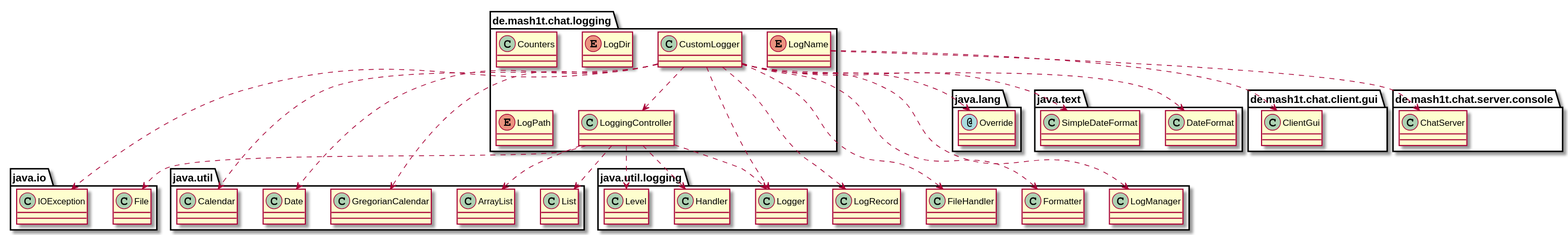
Before: Diagrams/UML/Class Diagrams/logging/logging.svg, a diagram exported from PlantUML (MaSHOLution/tcpchat). Its source is kept beside it as Diagrams/UML/Class Diagrams/logging/logging.puml. Its diagram source:
```plantuml
@startuml
annotation java.lang.Override
class de.mash1t.chat.client.gui.ClientGui
class de.mash1t.chat.logging.Counters
class de.mash1t.chat.logging.CustomLogger
class de.mash1t.chat.logging.LoggingController
class de.mash1t.chat.server.console.ChatServer
class java.io.File
class java.io.IOException
class java.text.DateFormat
class java.text.SimpleDateFormat
class java.util.ArrayList
class java.util.Calendar
class java.util.Date
class java.util.GregorianCalendar
class java.util.List
class java.util.logging.FileHandler
class java.util.logging.Formatter
class java.util.logging.Handler
class java.util.logging.Level
class java.util.logging.LogManager
class java.util.logging.LogRecord
class java.util.logging.Logger
enum de.mash1t.chat.logging.LogDir
enum de.mash1t.chat.logging.LogName
enum de.mash1t.chat.logging.LogPath
de.mash1t.chat.logging.CustomLogger ..> java.lang.Override
de.mash1t.chat.logging.CustomLogger ..> de.mash1t.chat.logging.LoggingController
de.mash1t.chat.logging.CustomLogger ..> java.io.IOException
de.mash1t.chat.logging.CustomLogger ..> java.text.DateFormat
de.mash1t.chat.logging.CustomLogger ..> java.text.SimpleDateFormat
de.mash1t.chat.logging.CustomLogger ..> java.util.Calendar
de.mash1t.chat.logging.CustomLogger ..> java.util.Date
de.mash1t.chat.logging.CustomLogger ..> java.util.GregorianCalendar
de.mash1t.chat.logging.CustomLogger ..> java.util.logging.FileHandler
de.mash1t.chat.logging.CustomLogger ..> java.util.logging.Formatter
de.mash1t.chat.logging.CustomLogger ..> java.util.logging.LogManager
de.mash1t.chat.logging.CustomLogger ..> java.util.logging.LogRecord
de.mash1t.chat.logging.CustomLogger ..> java.util.logging.Logger
de.mash1t.chat.logging.LoggingController ..> java.io.File
de.mash1t.chat.logging.LoggingController ..> java.util.ArrayList
de.mash1t.chat.logging.LoggingController ..> java.util.List
de.mash1t.chat.logging.LoggingController ..> java.util.logging.Handler
de.mash1t.chat.logging.LoggingController ..> java.util.logging.Level
de.mash1t.chat.logging.LoggingController ..> java.util.logging.Logger
de.mash1t.chat.logging.LogName ..> de.mash1t.chat.client.gui.ClientGui
de.mash1t.chat.logging.LogName ..> de.mash1t.chat.server.console.ChatServer
@enduml
```
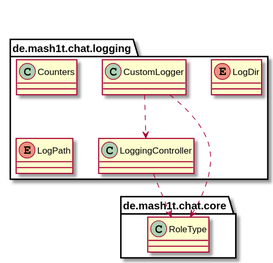
After the change.

Diff of the diagram source:
```diff
@@ -1,48 +1,11 @@
 @startuml
-annotation java.lang.Override
-class de.mash1t.chat.client.gui.ClientGui
+class de.mash1t.chat.core.RoleType
 class de.mash1t.chat.logging.Counters
 class de.mash1t.chat.logging.CustomLogger
 class de.mash1t.chat.logging.LoggingController
-class de.mash1t.chat.server.console.ChatServer
-class java.io.File
-class java.io.IOException
-class java.text.DateFormat
-class java.text.SimpleDateFormat
-class java.util.ArrayList
-class java.util.Calendar
-class java.util.Date
-class java.util.GregorianCalendar
-class java.util.List
-class java.util.logging.FileHandler
-class java.util.logging.Formatter
-class java.util.logging.Handler
-class java.util.logging.Level
-class java.util.logging.LogManager
-class java.util.logging.LogRecord
-class java.util.logging.Logger
 enum de.mash1t.chat.logging.LogDir
-enum de.mash1t.chat.logging.LogName
 enum de.mash1t.chat.logging.LogPath
-de.mash1t.chat.logging.CustomLogger ..> java.lang.Override
+de.mash1t.chat.logging.CustomLogger ..> de.mash1t.chat.core.RoleType
 de.mash1t.chat.logging.CustomLogger ..> de.mash1t.chat.logging.LoggingController
-de.mash1t.chat.logging.CustomLogger ..> java.io.IOException
-de.mash1t.chat.logging.CustomLogger ..> java.text.DateFormat
-de.mash1t.chat.logging.CustomLogger ..> java.text.SimpleDateFormat
-de.mash1t.chat.logging.CustomLogger ..> java.util.Calendar
-de.mash1t.chat.logging.CustomLogger ..> java.util.Date
-de.mash1t.chat.logging.CustomLogger ..> java.util.GregorianCalendar
-de.mash1t.chat.logging.CustomLogger ..> java.util.logging.FileHandler
-de.mash1t.chat.logging.CustomLogger ..> java.util.logging.Formatter
-de.mash1t.chat.logging.CustomLogger ..> java.util.logging.LogManager
-de.mash1t.chat.logging.CustomLogger ..> java.util.logging.LogRecord
-de.mash1t.chat.logging.CustomLogger ..> java.util.logging.Logger
-de.mash1t.chat.logging.LoggingController ..> java.io.File
-de.mash1t.chat.logging.LoggingController ..> java.util.ArrayList
-de.mash1t.chat.logging.LoggingController ..> java.util.List
-de.mash1t.chat.logging.LoggingController ..> java.util.logging.Handler
-de.mash1t.chat.logging.LoggingController ..> java.util.logging.Level
-de.mash1t.chat.logging.LoggingController ..> java.util.logging.Logger
-de.mash1t.chat.logging.LogName ..> de.mash1t.chat.client.gui.ClientGui
-de.mash1t.chat.logging.LogName ..> de.mash1t.chat.server.console.ChatServer
+de.mash1t.chat.logging.LoggingController ..> de.mash1t.chat.core.RoleType
 @enduml
```
